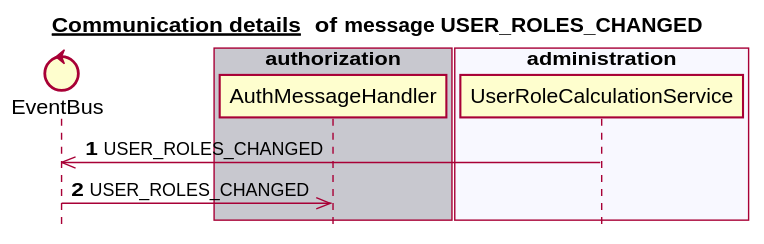
This is docs/latest/images/gen_domain_messaging_user_roles_changed.svg from mercedes-benz/sechub, a PlantUML export, as it was before one commit.
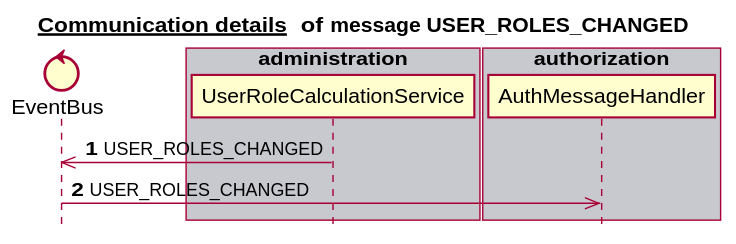
The same diagram one commit later.

The edit, as a diff of the source:
```diff
@@ -6,17 +6,17 @@
 
 
 control EventBus
-box "scan" #C8C8CF
+box "schedule" #C8C8CF
 end box
-box "schedule" #F8F8FF
+box "scan" #F8F8FF
+end box
+box "administration" #C8C8CF
+   participant UserRoleCalculationService
+end box
+box "notification" #F8F8FF
 end box
 box "authorization" #C8C8CF
    participant AuthMessageHandler
-end box
-box "administration" #F8F8FF
-   participant UserRoleCalculationService
-end box
-box "notification" #C8C8CF
 end box
 autonumber 1
 UserRoleCalculationService ->> EventBus:USER_ROLES_CHANGED
```
